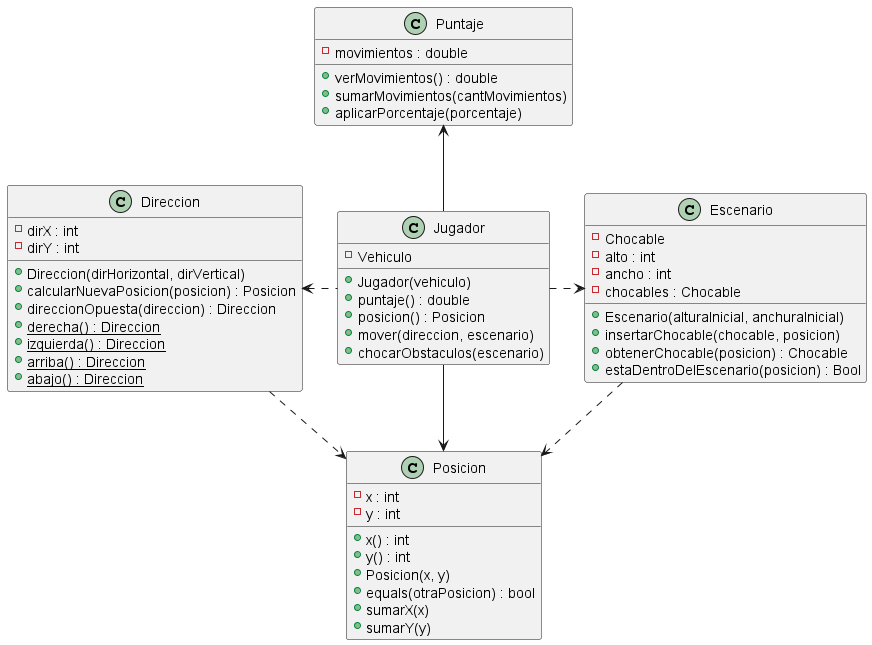
Above: diagrams/classes/diagrama_general.png in NestorPala/T17-GPSChallenge (PlantUML), before the change. Its source is kept beside it as diagrams/classes/diagrama_general.puml. Its diagram source:
```plantuml
@startuml

class Jugador {
    - Vehiculo
    + Jugador(vehiculo)
    + puntaje() : double
    + posicion() : Posicion
    + mover(direccion, escenario)
    + chocarObstaculos(escenario)
}

class Puntaje {
    - movimientos : double
    + verMovimientos() : double
    + sumarMovimientos(cantMovimientos)
    + aplicarPorcentaje(porcentaje)

}

class Direccion{
    - dirX : int
    - dirY : int
    + Direccion(dirHorizontal, dirVertical)
    + calcularNuevaPosicion(posicion) : Posicion
    + direccionOpuesta(direccion) : Direccion
    + derecha() : Direccion {static}
    + izquierda() : Direccion {static}
    + arriba() : Direccion {static}
    + abajo() : Direccion {static}
}

class Escenario {
    - Chocable
    - alto : int
    - ancho : int
    - chocables : Chocable
    + Escenario(alturaInicial, anchuraInicial)
    + insertarChocable(chocable, posicion)
    + obtenerChocable(posicion) : Chocable
    + estaDentroDelEscenario(posicion) : Bool
}

class Posicion {
    - x : int
    - y : int
    + x() : int
    + y() : int
    + Posicion(x, y)
    + equals(otraPosicion) : bool
    + sumarX(x)
    + sumarY(y)
}

Puntaje <-- Jugador

Posicion <-- Jugador
Jugador .> Escenario

Direccion .> Posicion
Direccion <. Jugador

Escenario ..> Posicion


@enduml
```
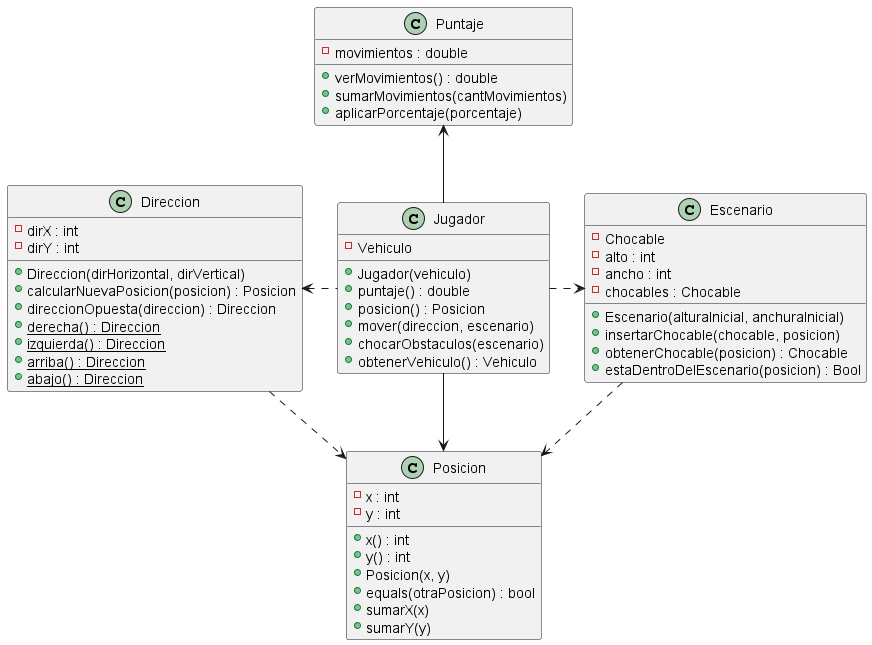
Above is the later version.

The edit, as a diff of the source:
```diff
@@ -7,6 +7,7 @@
     + posicion() : Posicion
     + mover(direccion, escenario)
     + chocarObstaculos(escenario)
+    + obtenerVehiculo() : Vehiculo
 }
 
 class Puntaje {
```
